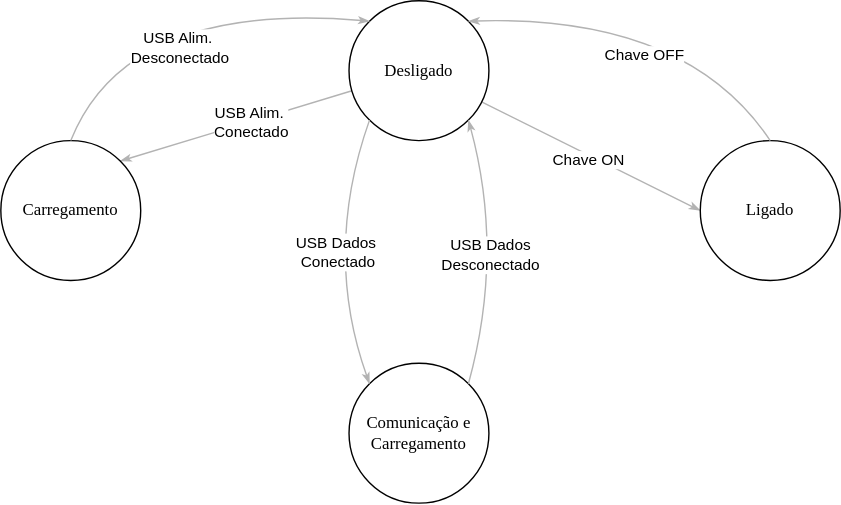
The draw.io diagram projetos/tennistracker/diagrama.svg in teaching-FEEC/ea075-2024.1, before a commit. Source tidied: cells renumbered, new cells last; positions are measured from the earlier drawing's top-left corner, leaving out a move shared by most shapes.
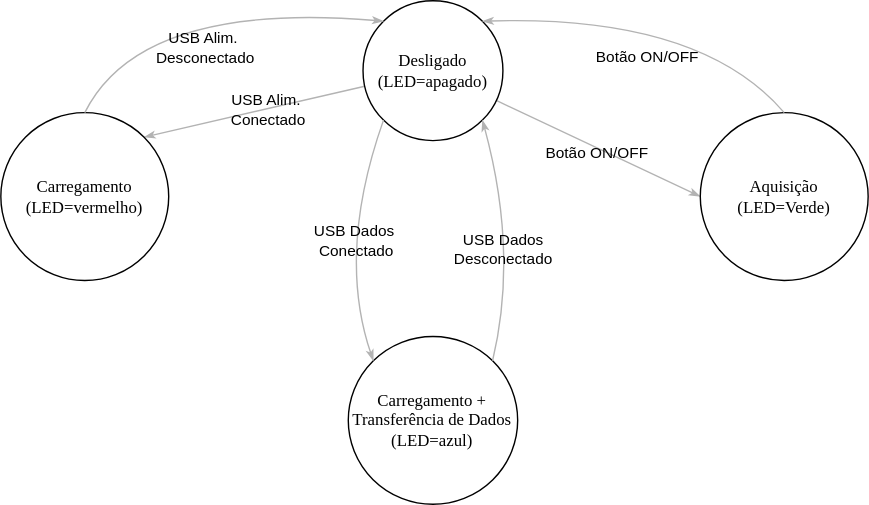
The same diagram one commit later.

Diff of the diagram source:
```diff
@@ -5,28 +5,28 @@
     <mxCell id="2" style="edgeStyle=none;rounded=1;html=1;labelBackgroundColor=none;startArrow=none;startFill=0;startSize=5;endArrow=classicThin;endFill=1;endSize=5;jettySize=auto;strokeColor=#B3B3B3;strokeWidth=1;fontFamily=Verdana;fontSize=12;entryX=1;entryY=0;entryDx=0;entryDy=0;" parent="1" edge="1" source="6" target="9">
       <mxGeometry relative="1" as="geometry" />
     </mxCell>
-    <mxCell id="3" value="USB Alim.&amp;nbsp;&lt;div&gt;Conectado&lt;/div&gt;" style="edgeLabel;html=1;align=center;verticalAlign=middle;" parent="2" vertex="1">
+    <mxCell id="3" value="USB Alim.&amp;nbsp;&lt;div&gt;Conectado&lt;/div&gt;" style="edgeLabel;html=1;align=center;verticalAlign=middle;labelBackgroundColor=none;" parent="2" vertex="1">
       <mxGeometry x="-0.12" relative="1" as="geometry" />
     </mxCell>
     <mxCell id="4" style="edgeStyle=none;rounded=1;html=1;labelBackgroundColor=none;startArrow=none;startFill=0;startSize=5;endArrow=classicThin;endFill=1;endSize=5;jettySize=auto;strokeColor=#B3B3B3;strokeWidth=1;fontFamily=Verdana;fontSize=12;entryX=0;entryY=0.5;entryDx=0;entryDy=0;" parent="1" edge="1" source="6" target="7">
       <mxGeometry relative="1" as="geometry" />
     </mxCell>
-    <mxCell id="5" value="Chave ON" style="edgeLabel;html=1;align=center;verticalAlign=middle;" parent="4" vertex="1">
+    <mxCell id="5" value="Botão ON/OFF" style="edgeLabel;html=1;align=center;verticalAlign=middle;labelBackgroundColor=none;" parent="4" vertex="1">
       <mxGeometry y="-3" relative="1" as="geometry">
         <mxPoint x="-1" as="offset" />
       </mxGeometry>
     </mxCell>
-    <mxCell id="6" value="Desligado" style="ellipse;whiteSpace=wrap;html=1;rounded=0;shadow=0;comic=0;labelBackgroundColor=none;strokeWidth=1;fontFamily=Verdana;fontSize=12;align=center;fillColor=none;verticalAlign=middle;rotation=0;" parent="1" vertex="1">
+    <mxCell id="6" value="Desligado&lt;div&gt;(LED=apagado)&lt;/div&gt;" style="ellipse;whiteSpace=wrap;html=1;rounded=0;shadow=0;comic=0;labelBackgroundColor=none;strokeWidth=1;fontFamily=Verdana;fontSize=12;align=center;fillColor=none;verticalAlign=middle;rotation=0;" parent="1" vertex="1">
       <mxGeometry x="248.9" width="100" height="100" as="geometry" />
     </mxCell>
-    <mxCell id="7" value="Ligado" style="ellipse;whiteSpace=wrap;html=1;rounded=0;shadow=0;comic=0;labelBackgroundColor=none;strokeWidth=1;fontFamily=Verdana;fontSize=12;align=center;fillColor=none;rotation=0;strokeColor=default;" parent="1" vertex="1">
-      <mxGeometry x="500" y="100" width="100" height="100" as="geometry" />
+    <mxCell id="7" value="Aquisição&lt;div&gt;(LED=Verde)&lt;/div&gt;" style="ellipse;whiteSpace=wrap;html=1;rounded=0;shadow=0;comic=0;labelBackgroundColor=none;strokeWidth=1;fontFamily=Verdana;fontSize=12;align=center;fillColor=none;rotation=0;strokeColor=default;" parent="1" vertex="1">
+      <mxGeometry x="490" y="80" width="120" height="120" as="geometry" />
     </mxCell>
-    <mxCell id="8" value="Comunicação e Carregamento" style="ellipse;whiteSpace=wrap;html=1;rounded=0;shadow=0;comic=0;labelBackgroundColor=none;strokeWidth=1;fontFamily=Verdana;fontSize=12;align=center;fillColor=none;rotation=0;" parent="1" vertex="1">
-      <mxGeometry x="248.9" y="259.2" width="100" height="100" as="geometry" />
+    <mxCell id="8" value="Carregamento + Transferência de Dados&lt;div&gt;(LED=azul)&lt;/div&gt;" style="ellipse;whiteSpace=wrap;html=1;rounded=0;shadow=0;comic=0;labelBackgroundColor=none;strokeWidth=1;fontFamily=Verdana;fontSize=12;align=center;fillColor=none;rotation=0;" parent="1" vertex="1">
+      <mxGeometry x="238.4" y="240" width="121.1" height="120" as="geometry" />
     </mxCell>
-    <mxCell id="9" value="&lt;span&gt;Carregamento&lt;/span&gt;" style="ellipse;whiteSpace=wrap;html=1;rounded=0;shadow=0;comic=0;labelBackgroundColor=none;strokeWidth=1;fontFamily=Verdana;fontSize=12;align=center;fillColor=none;rotation=0;" parent="1" vertex="1">
-      <mxGeometry y="100" width="100" height="100" as="geometry" />
+    <mxCell id="9" value="&lt;span&gt;Carregamento&lt;/span&gt;&lt;div&gt;&lt;span&gt;(LED=vermelho)&lt;/span&gt;&lt;/div&gt;" style="ellipse;whiteSpace=wrap;html=1;rounded=0;shadow=0;comic=0;labelBackgroundColor=none;strokeWidth=1;fontFamily=Verdana;fontSize=12;align=center;fillColor=none;rotation=0;" parent="1" vertex="1">
+      <mxGeometry x="-10" y="80" width="120" height="120" as="geometry" />
     </mxCell>
     <mxCell id="10" style="edgeStyle=none;rounded=0;html=1;labelBackgroundColor=none;startArrow=none;startFill=0;startSize=5;endArrow=classicThin;endFill=1;endSize=5;jettySize=auto;strokeColor=#B3B3B3;strokeWidth=1;fontFamily=Verdana;fontSize=12;entryX=1;entryY=0;entryDx=0;entryDy=0;exitX=0.5;exitY=0;exitDx=0;exitDy=0;curved=1;" parent="1" edge="1" source="7" target="6">
       <mxGeometry x="0.07" y="29" relative="1" as="geometry">
@@ -35,7 +35,7 @@
         </Array>
       </mxGeometry>
     </mxCell>
-    <mxCell id="11" value="Chave OFF" style="edgeLabel;html=1;align=center;verticalAlign=middle;" parent="10" vertex="1">
+    <mxCell id="11" value="Botão ON/OFF" style="edgeLabel;html=1;align=center;verticalAlign=middle;labelBackgroundColor=none;" parent="10" vertex="1">
       <mxGeometry x="0.06" y="28" relative="1" as="geometry" />
     </mxCell>
     <mxCell id="12" style="edgeStyle=none;rounded=0;html=1;labelBackgroundColor=none;startArrow=none;startFill=0;startSize=5;endArrow=classicThin;endFill=1;endSize=5;jettySize=auto;strokeColor=#B3B3B3;strokeWidth=1;fontFamily=Verdana;fontSize=12;entryX=0;entryY=0;entryDx=0;entryDy=0;exitX=0.5;exitY=0;exitDx=0;exitDy=0;curved=1;" parent="1" edge="1" source="9" target="6">
@@ -45,7 +45,7 @@
         </Array>
       </mxGeometry>
     </mxCell>
-    <mxCell id="13" value="USB Alim.&amp;nbsp;&lt;div&gt;Desconectado&lt;/div&gt;" style="edgeLabel;html=1;align=center;verticalAlign=middle;" parent="12" vertex="1">
+    <mxCell id="13" value="USB Alim.&amp;nbsp;&lt;div&gt;Desconectado&lt;/div&gt;" style="edgeLabel;html=1;align=center;verticalAlign=middle;labelBackgroundColor=none;" parent="12" vertex="1">
       <mxGeometry x="0.05" y="-30" relative="1" as="geometry" />
     </mxCell>
     <mxCell id="14" style="edgeStyle=none;rounded=0;html=1;labelBackgroundColor=none;startArrow=none;startFill=0;startSize=5;endArrow=classicThin;endFill=1;endSize=5;jettySize=auto;strokeColor=#B3B3B3;strokeWidth=1;fontFamily=Verdana;fontSize=12;entryX=0;entryY=0;entryDx=0;entryDy=0;exitX=0;exitY=1;exitDx=0;exitDy=0;curved=1;" parent="1" edge="1" source="6" target="8">
@@ -55,7 +55,7 @@
         </Array>
       </mxGeometry>
     </mxCell>
-    <mxCell id="15" value="USB Dados&amp;nbsp;&lt;div&gt;Conectado&lt;/div&gt;" style="edgeLabel;html=1;align=center;verticalAlign=middle;" parent="14" vertex="1">
+    <mxCell id="15" value="USB Dados&amp;nbsp;&lt;div&gt;Conectado&lt;/div&gt;" style="edgeLabel;html=1;align=center;verticalAlign=middle;labelBackgroundColor=none;" parent="14" vertex="1">
       <mxGeometry x="-0.07" y="18" relative="1" as="geometry">
         <mxPoint x="-9" as="offset" />
       </mxGeometry>
@@ -67,7 +67,7 @@
         </Array>
       </mxGeometry>
     </mxCell>
-    <mxCell id="17" value="USB Dados&lt;div&gt;Desconectado&lt;/div&gt;" style="edgeLabel;html=1;align=center;verticalAlign=middle;" parent="16" vertex="1">
+    <mxCell id="17" value="USB Dados&lt;div&gt;Desconectado&lt;/div&gt;" style="edgeLabel;html=1;align=center;verticalAlign=middle;labelBackgroundColor=none;" parent="16" vertex="1">
       <mxGeometry x="-0.04" y="10" relative="1" as="geometry" />
     </mxCell>
   </root>
```
